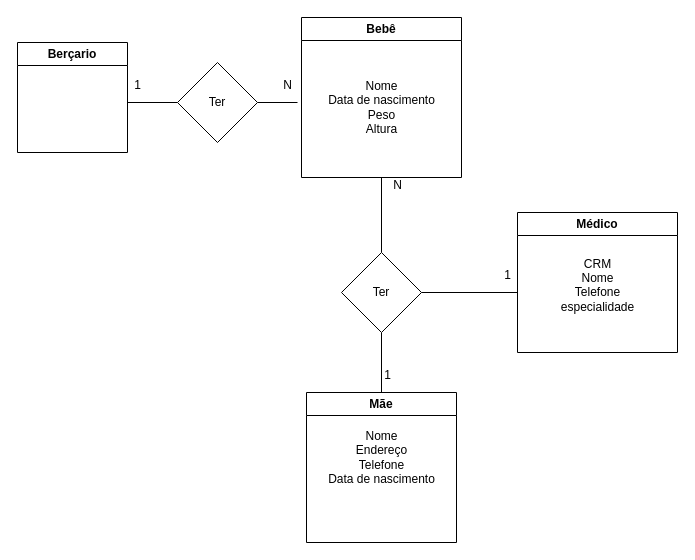
Pato-Branco/Pato-Branco keeps this draw.io diagram as 4.drawio. Above is the earlier version. Source tidied: cells renumbered, new cells numbered last; positions are measured from the earlier drawing's top-left corner, leaving out a move shared by most shapes. Both pictures are drawn from the tidied source at 100%, with x=0, y=0 at pixel (17, 17).
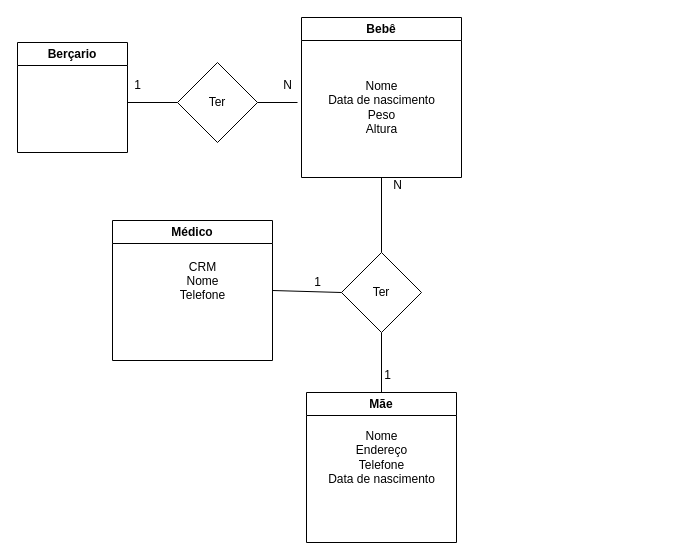
Above is the later version.

Unchanged cells that the change refers to:
```xml
<mxCell id="13" value="Ter" style="rhombus;whiteSpace=wrap;html=1;" parent="1" vertex="1">
  <mxGeometry x="324" y="235" width="80" height="80" as="geometry" />
</mxCell>
```

The edit, as a diff of the source:
```diff
@@
     <mxCell id="2" value="Médico" style="swimlane;whiteSpace=wrap;html=1;" parent="1" vertex="1">
-      <mxGeometry x="500" y="195" width="160" height="140" as="geometry" />
+      <mxGeometry x="95" y="203" width="160" height="140" as="geometry" />
     </mxCell>
+    <mxCell id="15" value="&lt;div&gt;CRM&lt;/div&gt;&lt;div&gt;Nome&lt;/div&gt;&lt;div&gt;Telefone&lt;/div&gt;&lt;div&gt;&lt;br&gt;&lt;/div&gt;&lt;div&gt;&lt;br&gt;&lt;/div&gt;" style="text;html=1;align=center;verticalAlign=middle;strokeColor=none;fillColor=none;" parent="2" vertex="1">
+      <mxGeometry x="55" y="30" width="70" height="90" as="geometry" />
+    </mxCell>
@@
-    <mxCell id="10" style="endArrow=none;html=1;rounded=0;exitX=1;exitY=0.5;exitDx=0;exitDy=0;" parent="1" edge="1" source="13">
-      <mxGeometry relative="1" as="geometry">
-        <mxPoint x="500" y="275" as="targetPoint" />
-      </mxGeometry>
-    </mxCell>
@@
-    <mxCell id="15" value="&lt;div&gt;CRM&lt;/div&gt;&lt;div&gt;Nome&lt;/div&gt;&lt;div&gt;Telefone&lt;/div&gt;&lt;div&gt;especialidade&lt;/div&gt;&lt;div&gt;&lt;br&gt;&lt;/div&gt;" style="text;html=1;align=center;verticalAlign=middle;strokeColor=none;fillColor=none;" parent="1" vertex="1">
-      <mxGeometry x="530" y="230" width="100" height="90" as="geometry" />
-    </mxCell>
@@
     <mxCell id="19" value="1" style="text;html=1;align=center;verticalAlign=middle;strokeColor=none;fillColor=none;" parent="1" vertex="1">
-      <mxGeometry x="475" y="243" width="30" height="30" as="geometry" />
+      <mxGeometry x="285" y="250" width="30" height="30" as="geometry" />
     </mxCell>
@@
+    <mxCell id="21" style="endArrow=none;html=1;rounded=0;exitX=1;exitY=0.5;exitDx=0;exitDy=0;" parent="1" edge="1" source="2">
+      <mxGeometry relative="1" as="geometry">
+        <mxPoint x="324" y="275" as="targetPoint" />
+      </mxGeometry>
+    </mxCell>
```
